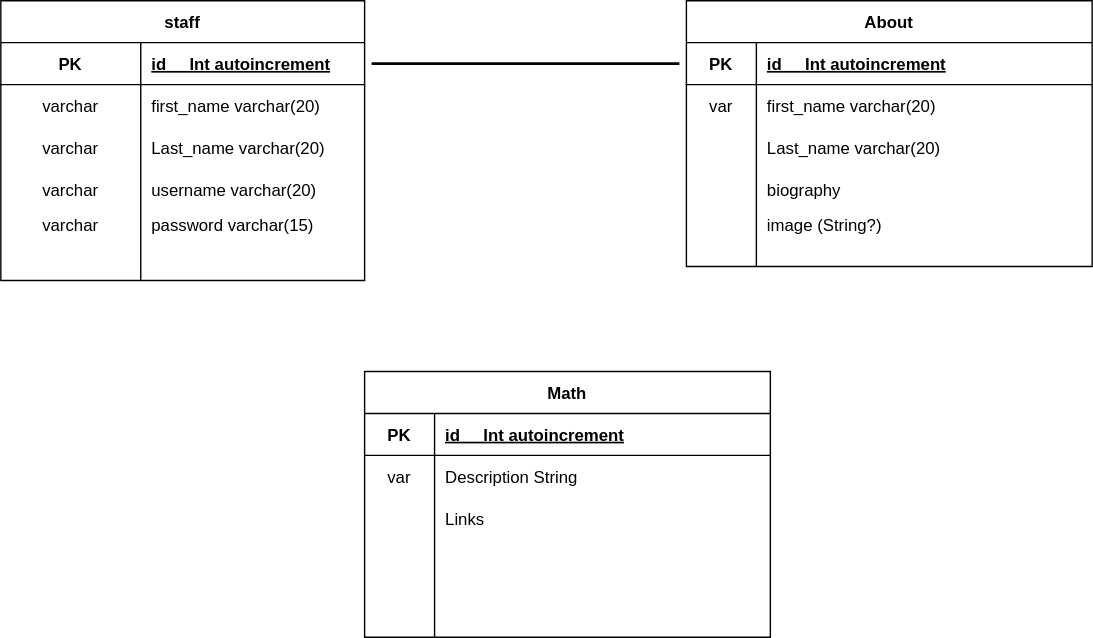
Earlier version of the draw.io export Elem DBD.drawio.svg (S1395930/ElementaryWeb). Source tidied: cells renumbered, new cells last; positions are measured from the earlier drawing's top-left corner, leaving out a move shared by most shapes.
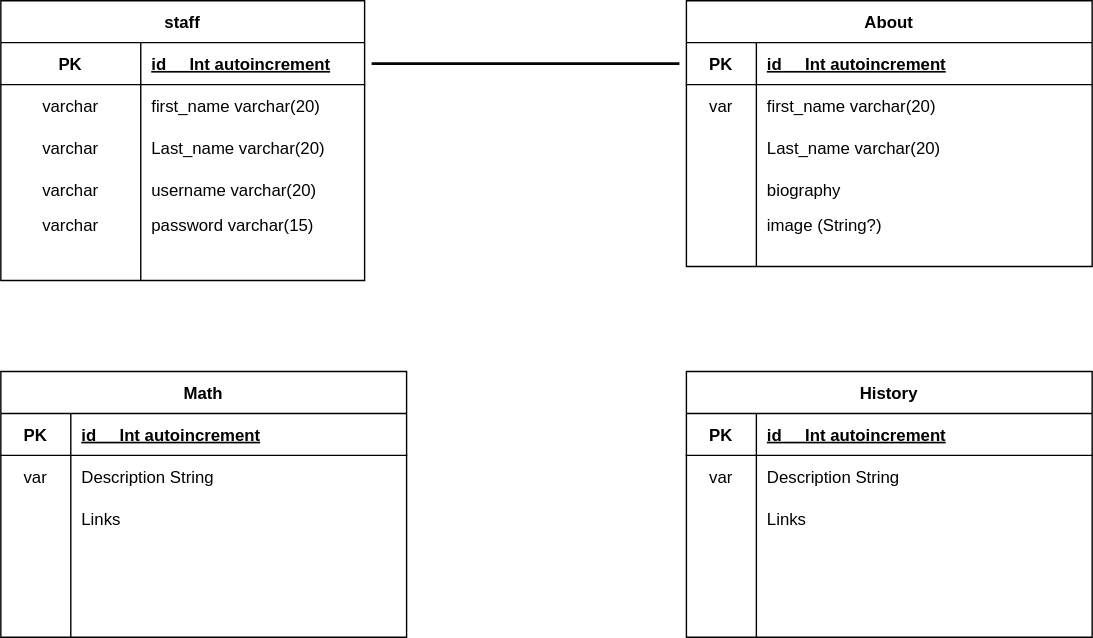
After the change.

Change to the diagram source:
```diff
@@ -120,7 +120,7 @@
       <mxGeometry x="370" width="10" height="220" as="geometry" />
     </mxCell>
     <mxCell id="41" value="Math" style="shape=table;startSize=30;rowLines=0;fontStyle=1;align=center;" parent="1" vertex="1">
-      <mxGeometry x="260" y="330" width="290" height="190" as="geometry" />
+      <mxGeometry y="330" width="290" height="190" as="geometry" />
     </mxCell>
     <mxCell id="42" style="shape=tableRow;horizontal=0;startSize=0;swimlaneHead=0;swimlaneBody=0;fillColor=none;top=0;left=0;right=0;bottom=1;" parent="41" vertex="1">
       <mxGeometry y="30" width="290" height="30" as="geometry" />
@@ -176,5 +176,62 @@
     <mxCell id="59" style="shape=partialRectangle;fillColor=none;top=0;left=0;bottom=0;right=0;align=left;spacingLeft=6;overflow=hidden;" parent="57" vertex="1">
       <mxGeometry x="50" width="240" height="20" as="geometry" />
     </mxCell>
+    <mxCell id="60" value="History" style="shape=table;startSize=30;rowLines=0;fontStyle=1;align=center;" parent="1" vertex="1">
+      <mxGeometry x="490" y="330" width="290" height="190" as="geometry" />
+    </mxCell>
+    <mxCell id="61" style="shape=tableRow;horizontal=0;startSize=0;swimlaneHead=0;swimlaneBody=0;fillColor=none;top=0;left=0;right=0;bottom=1;" parent="60" vertex="1">
+      <mxGeometry y="30" width="290" height="30" as="geometry" />
+    </mxCell>
+    <mxCell id="62" value="PK" style="shape=partialRectangle;fillColor=none;top=0;left=0;bottom=0;right=0;fontStyle=1;overflow=hidden;" parent="61" vertex="1">
+      <mxGeometry width="50" height="30" as="geometry" />
+    </mxCell>
+    <mxCell id="63" value="id     Int autoincrement" style="shape=partialRectangle;fillColor=none;top=0;left=0;bottom=0;right=0;align=left;spacingLeft=6;fontStyle=5;overflow=hidden;" parent="61" vertex="1">
+      <mxGeometry x="50" width="240" height="30" as="geometry" />
+    </mxCell>
+    <mxCell id="64" style="shape=tableRow;horizontal=0;startSize=0;swimlaneHead=0;swimlaneBody=0;fillColor=none;top=0;left=0;right=0;bottom=0;" parent="60" vertex="1">
+      <mxGeometry y="60" width="290" height="30" as="geometry" />
+    </mxCell>
+    <mxCell id="65" value="var" style="shape=partialRectangle;fillColor=none;top=0;left=0;bottom=0;right=0;overflow=hidden;" parent="64" vertex="1">
+      <mxGeometry width="50" height="30" as="geometry" />
+    </mxCell>
+    <mxCell id="66" value="Description String" style="shape=partialRectangle;fillColor=none;top=0;left=0;bottom=0;right=0;align=left;spacingLeft=6;overflow=hidden;" parent="64" vertex="1">
+      <mxGeometry x="50" width="240" height="30" as="geometry" />
+    </mxCell>
+    <mxCell id="67" style="shape=tableRow;horizontal=0;startSize=0;swimlaneHead=0;swimlaneBody=0;fillColor=none;top=0;left=0;right=0;bottom=0;" parent="60" vertex="1">
+      <mxGeometry y="90" width="290" height="30" as="geometry" />
+    </mxCell>
+    <mxCell id="68" style="shape=partialRectangle;fillColor=none;top=0;left=0;bottom=0;right=0;overflow=hidden;" parent="67" vertex="1">
+      <mxGeometry width="50" height="30" as="geometry" />
+    </mxCell>
+    <mxCell id="69" value="Links " style="shape=partialRectangle;fillColor=none;top=0;left=0;bottom=0;right=0;align=left;spacingLeft=6;overflow=hidden;" parent="67" vertex="1">
+      <mxGeometry x="50" width="240" height="30" as="geometry" />
+    </mxCell>
+    <mxCell id="70" style="shape=tableRow;horizontal=0;startSize=0;swimlaneHead=0;swimlaneBody=0;fillColor=none;top=0;left=0;right=0;bottom=0;" parent="60" vertex="1">
+      <mxGeometry y="120" width="290" height="30" as="geometry" />
+    </mxCell>
+    <mxCell id="71" style="shape=partialRectangle;fillColor=none;top=0;left=0;bottom=0;right=0;overflow=hidden;" parent="70" vertex="1">
+      <mxGeometry width="50" height="30" as="geometry" />
+    </mxCell>
+    <mxCell id="72" style="shape=partialRectangle;fillColor=none;top=0;left=0;bottom=0;right=0;align=left;spacingLeft=6;overflow=hidden;" parent="70" vertex="1">
+      <mxGeometry x="50" width="240" height="30" as="geometry" />
+    </mxCell>
+    <mxCell id="73" style="shape=tableRow;horizontal=0;startSize=0;swimlaneHead=0;swimlaneBody=0;fillColor=none;top=0;left=0;right=0;bottom=0;" parent="60" vertex="1">
+      <mxGeometry y="150" width="290" height="20" as="geometry" />
+    </mxCell>
+    <mxCell id="74" style="shape=partialRectangle;fillColor=none;top=0;left=0;bottom=0;right=0;overflow=hidden;" parent="73" vertex="1">
+      <mxGeometry width="50" height="20" as="geometry" />
+    </mxCell>
+    <mxCell id="75" style="shape=partialRectangle;fillColor=none;top=0;left=0;bottom=0;right=0;align=left;spacingLeft=6;overflow=hidden;" parent="73" vertex="1">
+      <mxGeometry x="50" width="240" height="20" as="geometry" />
+    </mxCell>
+    <mxCell id="76" style="shape=tableRow;horizontal=0;startSize=0;swimlaneHead=0;swimlaneBody=0;fillColor=none;top=0;left=0;right=0;bottom=0;" parent="60" vertex="1">
+      <mxGeometry y="170" width="290" height="20" as="geometry" />
+    </mxCell>
+    <mxCell id="77" style="shape=partialRectangle;fillColor=none;top=0;left=0;bottom=0;right=0;overflow=hidden;" parent="76" vertex="1">
+      <mxGeometry width="50" height="20" as="geometry" />
+    </mxCell>
+    <mxCell id="78" style="shape=partialRectangle;fillColor=none;top=0;left=0;bottom=0;right=0;align=left;spacingLeft=6;overflow=hidden;" parent="76" vertex="1">
+      <mxGeometry x="50" width="240" height="20" as="geometry" />
+    </mxCell>
   </root>
 </mxGraphModel>
```
